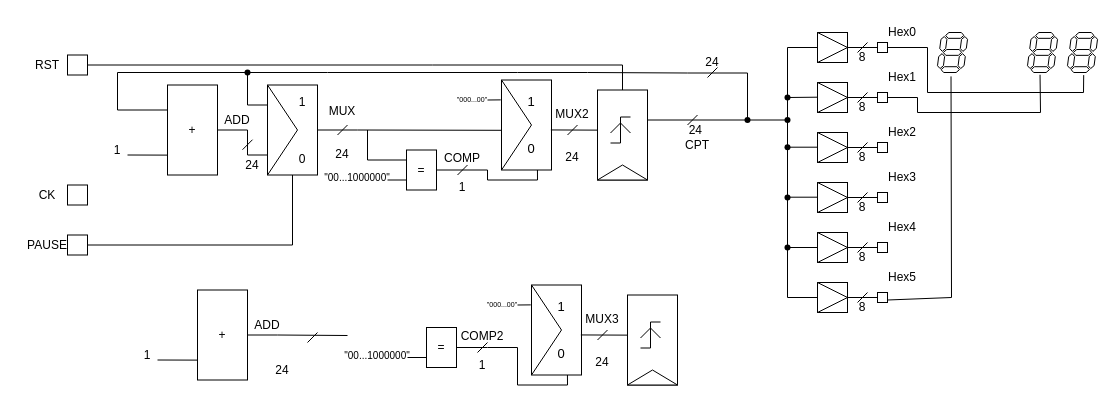
The draw.io diagram CPT24SEC.drawio in negans-soyez/VHDL, before the edit. Source tidied: cells renumbered, new cells numbered last; positions are measured from the earlier drawing's top-left corner, leaving out a move shared by most shapes. Both pictures are drawn from the tidied source at 100%, with x=0, y=0 at pixel (17, 17).
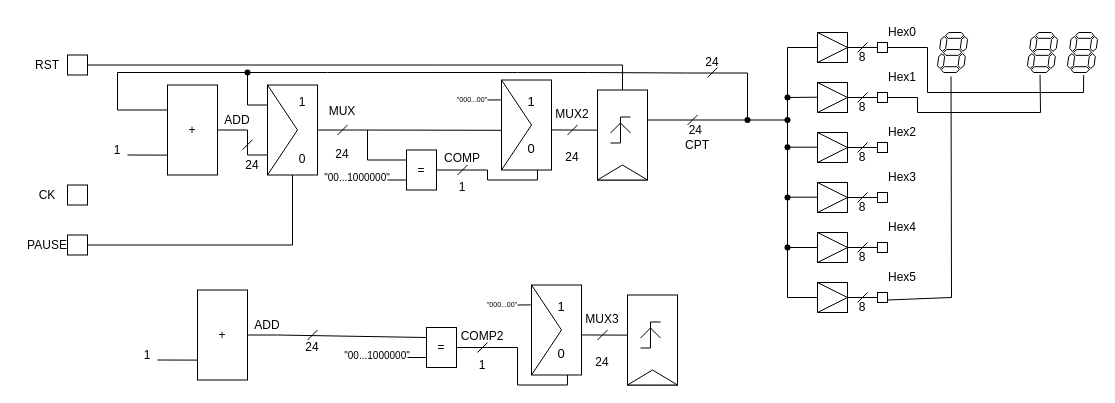
Above is the later version.

Unchanged cells that the change refers to:
```xml
<mxCell id="125" value="+" style="rounded=0;whiteSpace=wrap;html=1;" parent="1" vertex="1">
  <mxGeometry x="180" y="272.5" width="50" height="90" as="geometry" />
</mxCell>
<mxCell id="147" value="=" style="rounded=0;whiteSpace=wrap;html=1;" parent="1" vertex="1">
  <mxGeometry x="409" y="310" width="30" height="40" as="geometry" />
</mxCell>
```

Diff of the diagram source:
```diff
@@
     <mxCell id="136" style="endArrow=none;html=1;rounded=0;" parent="1" edge="1">
       <mxGeometry relative="1" as="geometry">
-        <mxPoint x="290" y="325" as="sourcePoint" />
-        <mxPoint x="300" y="315" as="targetPoint" />
+        <mxPoint x="290" y="322.5" as="sourcePoint" />
+        <mxPoint x="300" y="312.5" as="targetPoint" />
       </mxGeometry>
     </mxCell>
-    <mxCell id="137" style="endArrow=none;html=1;rounded=0;exitX=1;exitY=0.5;exitDx=0;exitDy=0;" parent="1" edge="1" source="125">
+    <mxCell id="137" style="endArrow=none;html=1;rounded=0;exitX=1;exitY=0.5;exitDx=0;exitDy=0;entryX=0;entryY=0.25;entryDx=0;entryDy=0;" parent="1" edge="1" source="125" target="147">
       <mxGeometry relative="1" as="geometry">
-        <mxPoint x="330" y="318" as="targetPoint" />
         <Array as="points">
           <mxPoint x="260" y="317.5" />
         </Array>
       </mxGeometry>
     </mxCell>
@@
     <mxCell id="139" value="24" style="text;html=1;align=center;verticalAlign=middle;whiteSpace=wrap;rounded=0;" parent="1" vertex="1">
-      <mxGeometry x="260" y="337.5" width="10" height="30" as="geometry" />
+      <mxGeometry x="290" y="315" width="10" height="30" as="geometry" />
     </mxCell>
```
